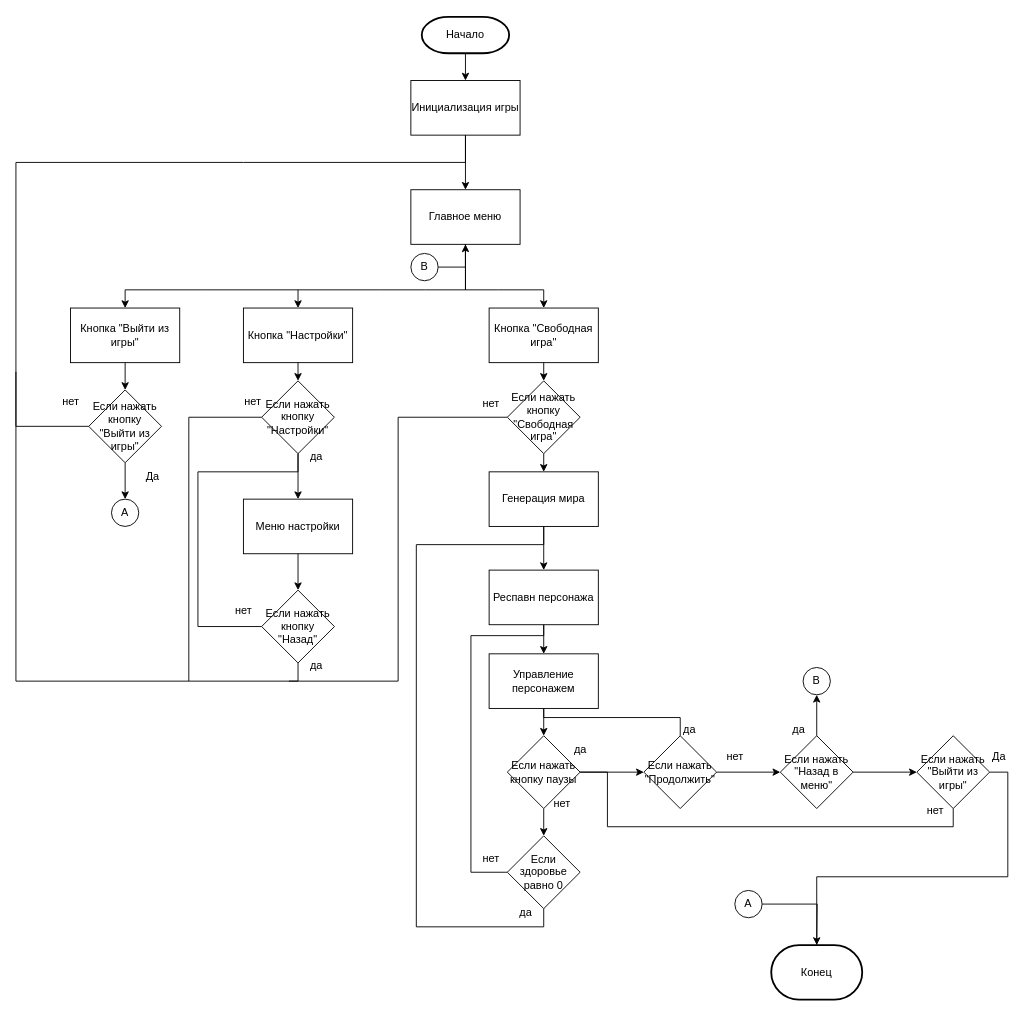
BatCatRus/Spelled_Blood keeps this draw.io diagram as Блок-схема.drawio. Above is the earlier version. Source tidied: cells renumbered, new cells numbered last; positions are measured from the earlier drawing's top-left corner, leaving out a move shared by most shapes. Both pictures are drawn from the tidied source at 91%, with x=0, y=0 at pixel (15, 16).
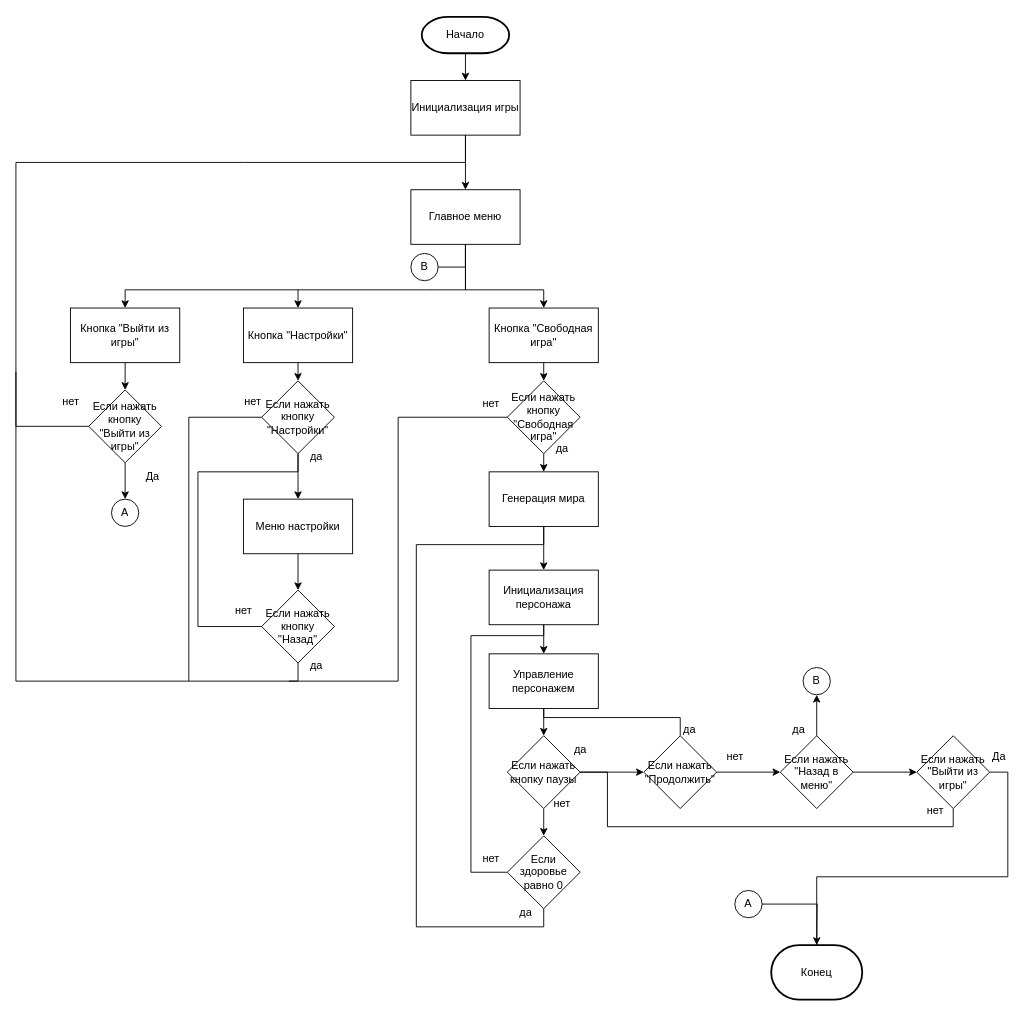
After the change.

The change refers to these unchanged cells:
```xml
<mxCell id="5" value="Главное меню" style="rounded=0;whiteSpace=wrap;html=1;" parent="1" vertex="1">
  <mxGeometry x="434" y="190" width="120" height="60" as="geometry" />
</mxCell>
<mxCell id="72" value="В" style="ellipse;whiteSpace=wrap;html=1;" parent="1" vertex="1">
  <mxGeometry x="434" y="260" width="30" height="30" as="geometry" />
</mxCell>
```

What changed in the source:
```diff
@@
-    <mxCell id="42" value="Респавн персонажа" style="rounded=0;whiteSpace=wrap;html=1;" parent="1" vertex="1">
+    <mxCell id="42" value="Инициализация персонажа" style="rounded=0;whiteSpace=wrap;html=1;" parent="1" vertex="1">
       <mxGeometry x="520" y="608" width="120" height="60" as="geometry" />
     </mxCell>
@@
-    <mxCell id="71" style="edgeStyle=orthogonalEdgeStyle;rounded=0;jettySize=auto;html=1;exitX=1;exitY=0.5;exitDx=0;exitDy=0;entryX=0.5;entryY=1;entryDx=0;entryDy=0;" parent="1" edge="1" source="72" target="5">
+    <mxCell id="71" style="edgeStyle=orthogonalEdgeStyle;rounded=0;jettySize=auto;html=1;exitX=1;exitY=0.5;exitDx=0;exitDy=0;entryX=0.5;entryY=1;entryDx=0;entryDy=0;endArrow=none;endFill=0;" parent="1" edge="1" source="72" target="5">
       <mxGeometry relative="1" as="geometry" />
     </mxCell>
@@
+    <mxCell id="74" value="да" style="text;html=1;align=center;verticalAlign=middle;strokeColor=none;fillColor=none;" parent="1" vertex="1">
+      <mxGeometry x="580" y="460" width="40" height="30" as="geometry" />
+    </mxCell>
```
